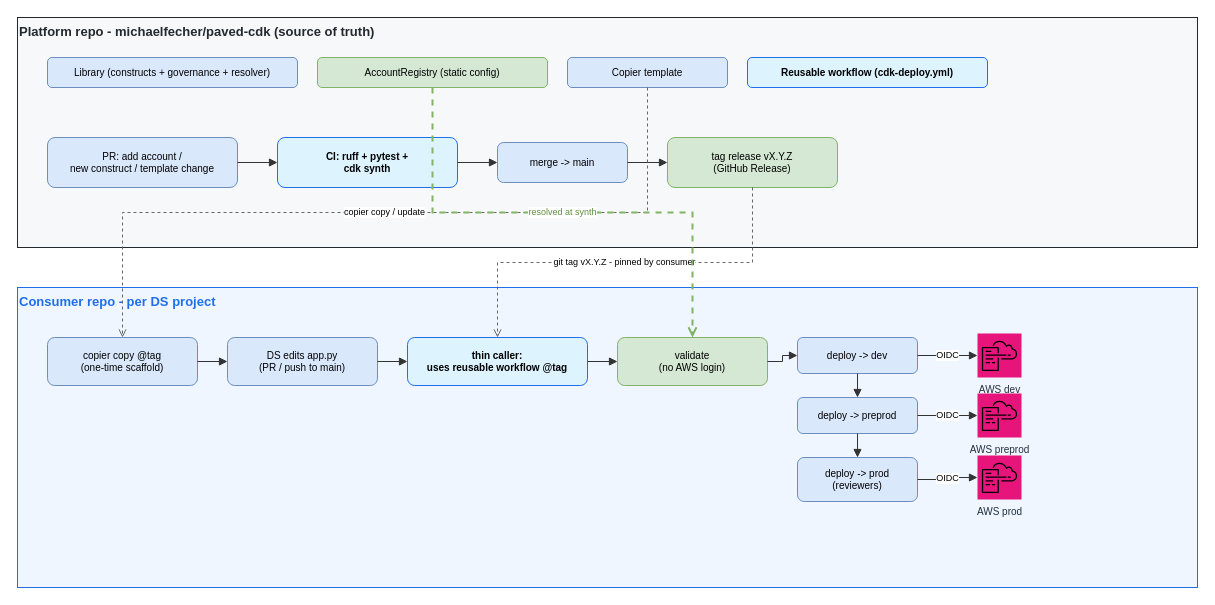
michaelfecher/paved-cdk keeps this draw.io diagram as page "Repos & Workflows" (3 of 3) of docs/diagrams/paved-cdk-hld.drawio. Above is the earlier version. Source tidied: cells renumbered, new cells numbered last; positions are measured from the earlier drawing's top-left corner, leaving out a move shared by most shapes. Both pictures are drawn from the tidied source at 100%, with x=0, y=0 at pixel (17, 17).
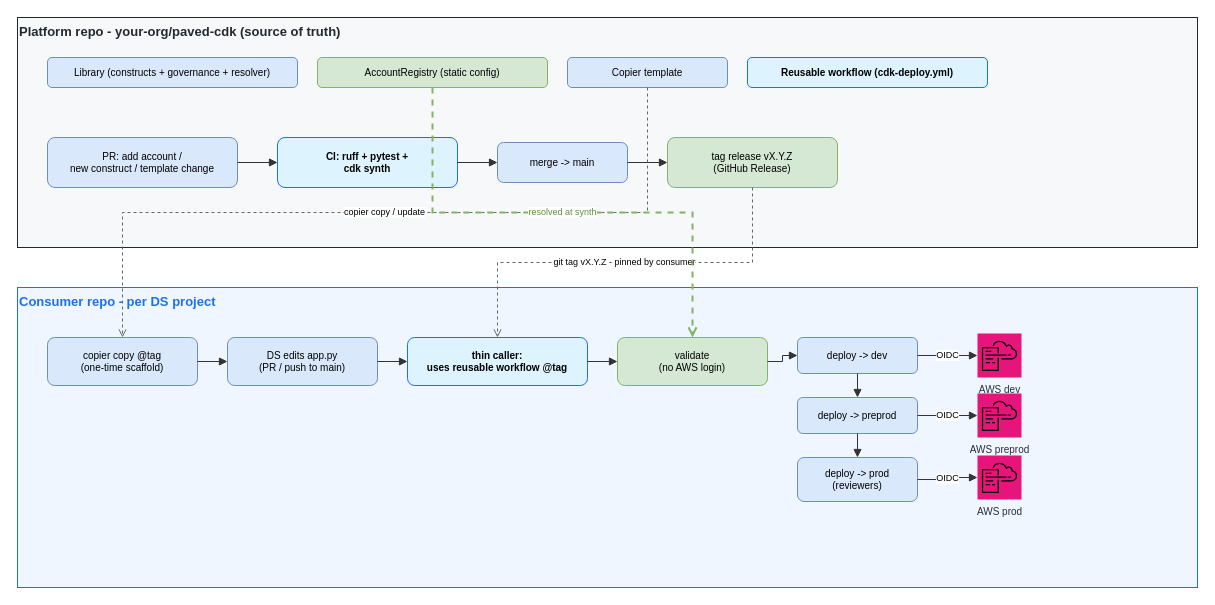
After the change.

Commit message (it also covers changes not shown here):
Remove personal GitHub handle from docs and diagrams

What changed in the source:
```diff
@@
-    <mxCell id="2" value="Platform repo - michaelfecher/paved-cdk  (source of truth)" style="rounded=0;whiteSpace=wrap;html=1;fillColor=#F6F8FA;strokeColor=#24292E;verticalAlign=top;align=left;fontStyle=1;fontSize=13;fontColor=#24292E;" parent="1" vertex="1">
+    <mxCell id="2" value="Platform repo - your-org/paved-cdk  (source of truth)" style="rounded=0;whiteSpace=wrap;html=1;fillColor=#F6F8FA;strokeColor=#24292E;verticalAlign=top;align=left;fontStyle=1;fontSize=13;fontColor=#24292E;" parent="1" vertex="1">
       <mxGeometry width="1180" height="230" as="geometry" />
     </mxCell>
```
